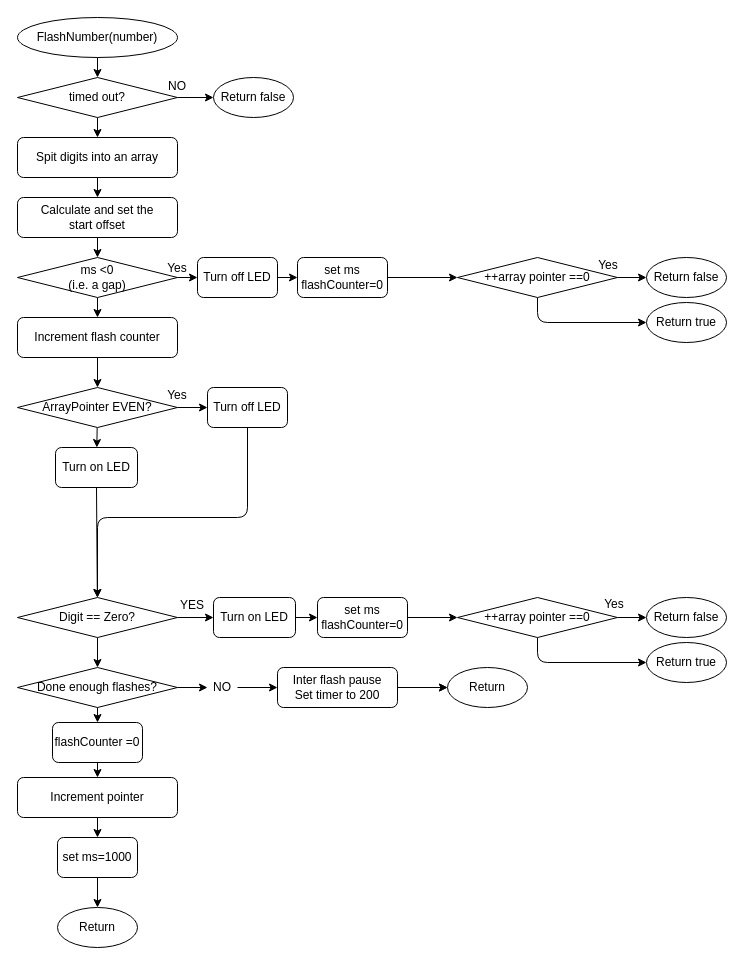
This is include/FlashNumber.drawio from RichardLangner/SimpleTimer, a draw.io file, before an edit. Source tidied: cells renumbered, new cells numbered last; positions are measured from the earlier drawing's top-left corner, leaving out a move shared by most shapes. Both pictures are drawn from the tidied source at 100%, with x=0, y=0 at pixel (17, 17).
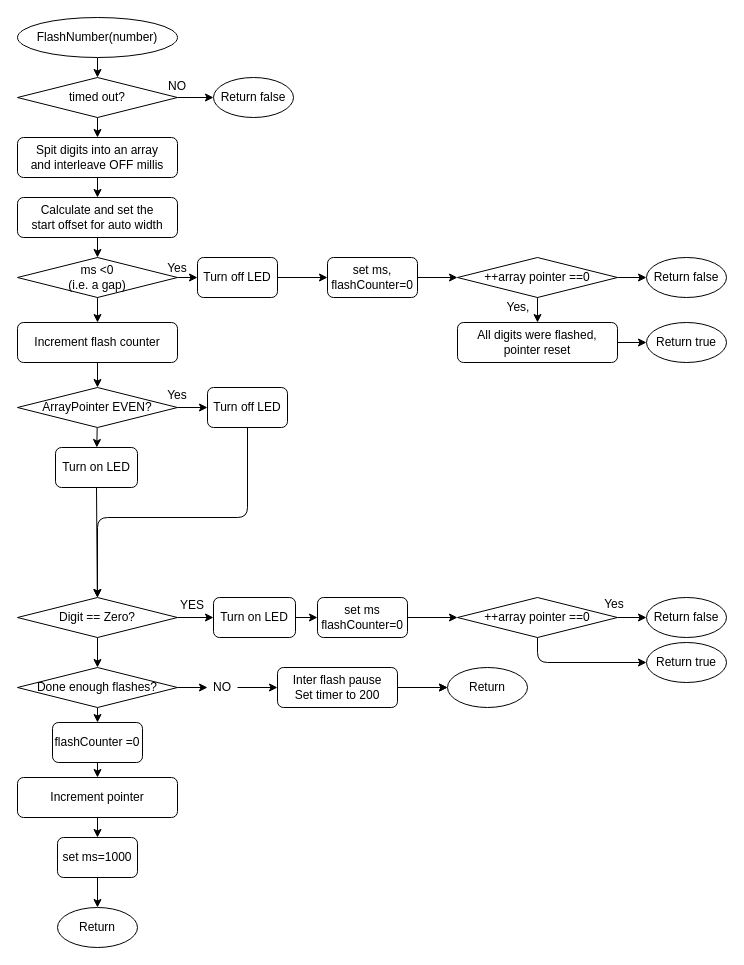
The same page after the edit.

The change refers to these unchanged cells:
```xml
<mxCell id="60" value="++array pointer ==0" style="rhombus;whiteSpace=wrap;html=1;" parent="1" vertex="1">
  <mxGeometry x="440" y="240" width="160" height="40" as="geometry" />
</mxCell>
```

Change to the diagram source:
```diff
@@
     <mxCell id="13" value="Increment flash counter" style="rounded=1;whiteSpace=wrap;html=1;" parent="1" vertex="1">
-      <mxGeometry y="300" width="160" height="40" as="geometry" />
+      <mxGeometry y="305" width="160" height="40" as="geometry" />
     </mxCell>
@@
-    <mxCell id="24" value="Spit digits into an array" style="rounded=1;whiteSpace=wrap;html=1;" parent="1" vertex="1">
+    <mxCell id="24" value="Spit digits into an array&lt;br&gt;and interleave OFF millis" style="rounded=1;whiteSpace=wrap;html=1;" parent="1" vertex="1">
       <mxGeometry y="120" width="160" height="40" as="geometry" />
     </mxCell>
@@
-    <mxCell id="47" value="Calculate and set the&lt;br&gt;start offset" style="rounded=1;whiteSpace=wrap;html=1;" parent="1" vertex="1">
+    <mxCell id="47" value="Calculate and set the&lt;br&gt;start offset for auto width" style="rounded=1;whiteSpace=wrap;html=1;" parent="1" vertex="1">
       <mxGeometry y="180" width="160" height="40" as="geometry" />
     </mxCell>
@@
-    <mxCell id="54" value="set ms&lt;br&gt;flashCounter=0" style="rounded=1;whiteSpace=wrap;html=1;" parent="1" vertex="1">
-      <mxGeometry x="280" y="240" width="90" height="40" as="geometry" />
+    <mxCell id="54" value="set ms,&lt;br&gt;flashCounter=0" style="rounded=1;whiteSpace=wrap;html=1;" parent="1" vertex="1">
+      <mxGeometry x="310" y="240" width="90" height="40" as="geometry" />
     </mxCell>
@@
-    <mxCell id="59" style="edgeStyle=none;html=1;exitX=0.5;exitY=1;exitDx=0;exitDy=0;entryX=0;entryY=0.5;entryDx=0;entryDy=0;" parent="1" edge="1" source="60" target="61">
-      <mxGeometry relative="1" as="geometry">
-        <Array as="points">
-          <mxPoint x="520" y="305" />
-        </Array>
-      </mxGeometry>
-    </mxCell>
+    <mxCell id="69" style="edgeStyle=none;html=1;" parent="1" edge="1" source="60" target="71">
+      <mxGeometry relative="1" as="geometry" />
+    </mxCell>
@@
     <mxCell id="61" value="Return true" style="ellipse;whiteSpace=wrap;html=1;" parent="1" vertex="1">
-      <mxGeometry x="629" y="285" width="80" height="40" as="geometry" />
+      <mxGeometry x="629" y="305" width="80" height="40" as="geometry" />
     </mxCell>
-    <mxCell id="62" value="Yes" style="text;strokeColor=none;align=center;fillColor=none;html=1;verticalAlign=middle;whiteSpace=wrap;rounded=0;" parent="1" vertex="1">
-      <mxGeometry x="561" y="233" width="60" height="30" as="geometry" />
+    <mxCell id="62" value="Yes," style="text;strokeColor=none;align=center;fillColor=none;html=1;verticalAlign=middle;whiteSpace=wrap;rounded=0;" parent="1" vertex="1">
+      <mxGeometry x="471" y="275" width="60" height="30" as="geometry" />
     </mxCell>
@@
+    <mxCell id="70" style="edgeStyle=none;html=1;entryX=0;entryY=0.5;entryDx=0;entryDy=0;exitX=1;exitY=0.5;exitDx=0;exitDy=0;" parent="1" edge="1" source="71" target="61">
+      <mxGeometry relative="1" as="geometry" />
+    </mxCell>
+    <mxCell id="71" value="All digits were flashed, pointer reset" style="rounded=1;whiteSpace=wrap;html=1;" parent="1" vertex="1">
+      <mxGeometry x="440" y="305" width="160" height="40" as="geometry" />
+    </mxCell>
```
